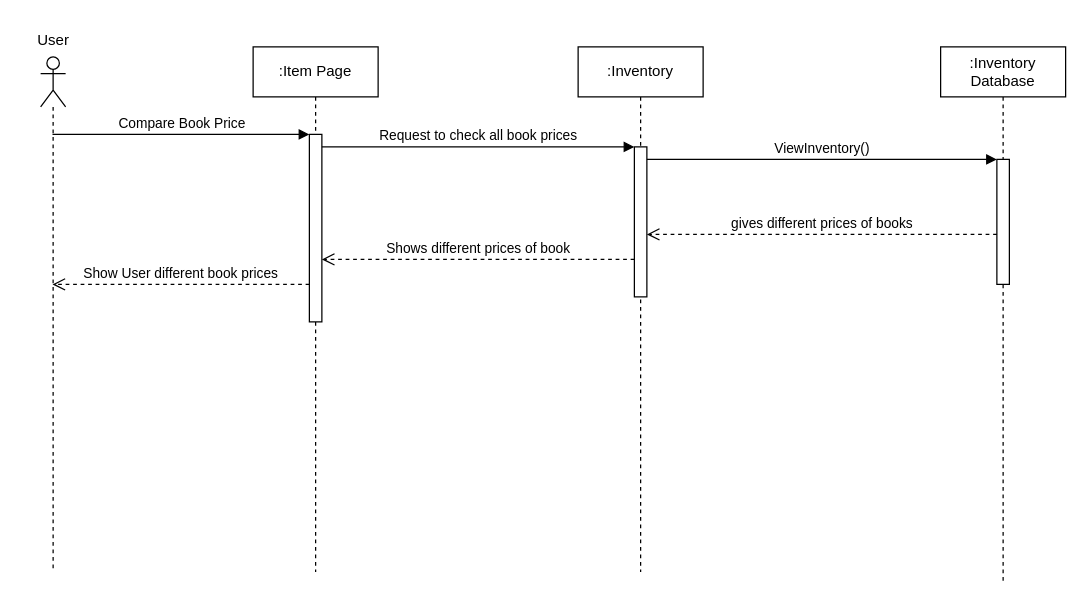
Above: Compare Prices.drawio in adl409/SE-project-Group-5 (draw.io), before the change. Source tidied: cells renumbered, new cells numbered last; positions are measured from the earlier drawing's top-left corner, leaving out a move shared by most shapes. Both pictures are drawn from the tidied source at 125%, with x=0, y=0 at pixel (21, 21).
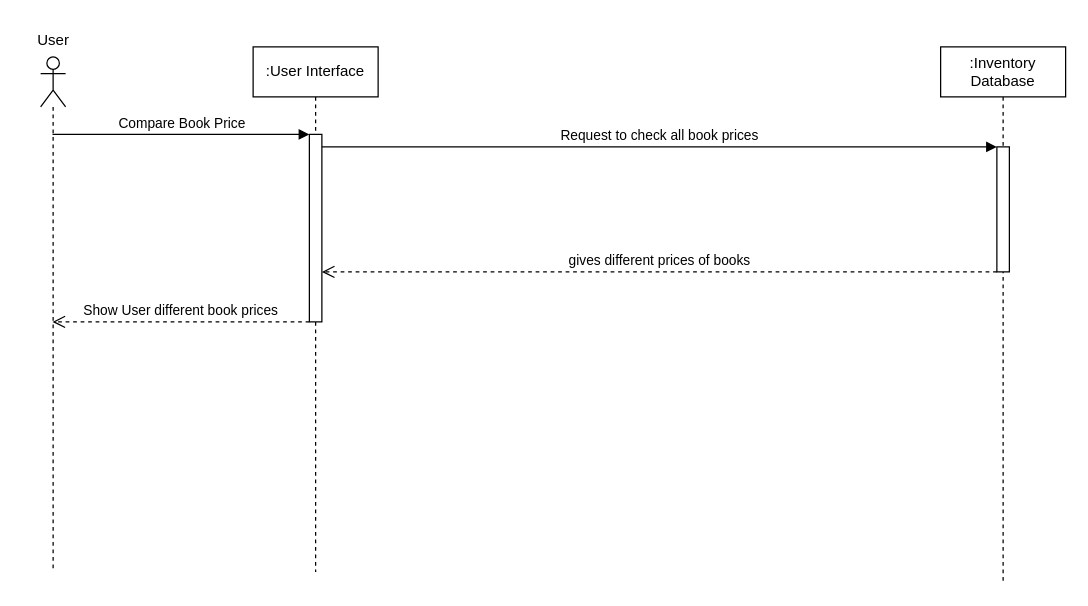
The same diagram, later.

The change refers to these unchanged cells:
```xml
<mxCell id="2" style="shape=umlLifeline;perimeter=lifelinePerimeter;whiteSpace=wrap;html=1;outlineConnect=0;portConstraint=eastwest;newEdgeStyle={&quot;edgeStyle&quot;:&quot;elbowEdgeStyle&quot;,&quot;elbow&quot;:&quot;vertical&quot;,&quot;curved&quot;:0,&quot;rounded&quot;:0};participant=umlActor;" parent="1" vertex="1">
  <mxGeometry x="15" y="28" width="20" height="412" as="geometry" />
</mxCell>
<mxCell id="5" style="html=1;points=[];perimeter=orthogonalPerimeter;outlineConnect=0;targetShapes=umlLifeline;portConstraint=eastwest;newEdgeStyle={&quot;edgeStyle&quot;:&quot;elbowEdgeStyle&quot;,&quot;elbow&quot;:&quot;vertical&quot;,&quot;curved&quot;:0,&quot;rounded&quot;:0};" parent="4" vertex="1">
  <mxGeometry x="45" y="70" width="10" height="150" as="geometry" />
</mxCell>
<mxCell id="8" value=":Inventory Database" style="shape=umlLifeline;perimeter=lifelinePerimeter;whiteSpace=wrap;html=1;newEdgeStyle={&quot;edgeStyle&quot;:&quot;elbowEdgeStyle&quot;,&quot;elbow&quot;:&quot;vertical&quot;,&quot;curved&quot;:0,&quot;rounded&quot;:0};" parent="1" vertex="1">
  <mxGeometry x="735" y="20" width="100" height="430" as="geometry" />
</mxCell>
```

The edit, as a diff of the source:
```diff
@@
-    <mxCell id="4" value=":Item Page" style="shape=umlLifeline;perimeter=lifelinePerimeter;whiteSpace=wrap;html=1;newEdgeStyle={&quot;edgeStyle&quot;:&quot;elbowEdgeStyle&quot;,&quot;elbow&quot;:&quot;vertical&quot;,&quot;curved&quot;:0,&quot;rounded&quot;:0};" parent="1" vertex="1">
+    <mxCell id="4" value=":User Interface" style="shape=umlLifeline;perimeter=lifelinePerimeter;whiteSpace=wrap;html=1;newEdgeStyle={&quot;edgeStyle&quot;:&quot;elbowEdgeStyle&quot;,&quot;elbow&quot;:&quot;vertical&quot;,&quot;curved&quot;:0,&quot;rounded&quot;:0};" parent="1" vertex="1">
       <mxGeometry x="185" y="20" width="100" height="420" as="geometry" />
     </mxCell>
@@
-    <mxCell id="6" value=":Inventory" style="shape=umlLifeline;perimeter=lifelinePerimeter;whiteSpace=wrap;html=1;newEdgeStyle={&quot;edgeStyle&quot;:&quot;elbowEdgeStyle&quot;,&quot;elbow&quot;:&quot;vertical&quot;,&quot;curved&quot;:0,&quot;rounded&quot;:0};" parent="1" vertex="1">
-      <mxGeometry x="445" y="20" width="100" height="420" as="geometry" />
-    </mxCell>
-    <mxCell id="7" style="html=1;points=[];perimeter=orthogonalPerimeter;outlineConnect=0;targetShapes=umlLifeline;portConstraint=eastwest;newEdgeStyle={&quot;edgeStyle&quot;:&quot;elbowEdgeStyle&quot;,&quot;elbow&quot;:&quot;vertical&quot;,&quot;curved&quot;:0,&quot;rounded&quot;:0};" parent="6" vertex="1">
-      <mxGeometry x="45" y="80" width="10" height="120" as="geometry" />
-    </mxCell>
@@
     <mxCell id="9" style="html=1;points=[];perimeter=orthogonalPerimeter;outlineConnect=0;targetShapes=umlLifeline;portConstraint=eastwest;newEdgeStyle={&quot;edgeStyle&quot;:&quot;elbowEdgeStyle&quot;,&quot;elbow&quot;:&quot;vertical&quot;,&quot;curved&quot;:0,&quot;rounded&quot;:0};" parent="8" vertex="1">
-      <mxGeometry x="45" y="90" width="10" height="100" as="geometry" />
+      <mxGeometry x="45" y="80" width="10" height="100" as="geometry" />
     </mxCell>
@@
-    <mxCell id="11" value="Request to check all book prices" style="html=1;verticalAlign=bottom;endArrow=block;edgeStyle=elbowEdgeStyle;elbow=vertical;curved=0;rounded=0;" parent="1" edge="1" source="5" target="7">
+    <mxCell id="11" value="Request to check all book prices" style="html=1;verticalAlign=bottom;endArrow=block;edgeStyle=elbowEdgeStyle;elbow=vertical;curved=0;rounded=0;" parent="1" edge="1" source="5" target="9">
       <mxGeometry relative="1" as="geometry">
         <Array as="points">
           <mxPoint x="435" y="100" />
         </Array>
       </mxGeometry>
     </mxCell>
-    <mxCell id="12" value="ViewInventory()" style="html=1;verticalAlign=bottom;endArrow=block;edgeStyle=elbowEdgeStyle;elbow=vertical;curved=0;rounded=0;" parent="1" edge="1" source="7" target="9">
-      <mxGeometry relative="1" as="geometry">
-        <Array as="points">
-          <mxPoint x="725" y="110" />
-        </Array>
-      </mxGeometry>
-    </mxCell>
-    <mxCell id="13" value="gives different prices of books" style="html=1;verticalAlign=bottom;endArrow=open;dashed=1;endSize=8;edgeStyle=elbowEdgeStyle;elbow=vertical;curved=0;rounded=0;" parent="1" edge="1" source="9" target="7">
+    <mxCell id="13" value="gives different prices of books" style="html=1;verticalAlign=bottom;endArrow=open;dashed=1;endSize=8;edgeStyle=elbowEdgeStyle;elbow=vertical;curved=0;rounded=0;" parent="1" edge="1" source="9" target="5">
       <mxGeometry relative="1" as="geometry">
         <Array as="points">
+          <mxPoint x="625" y="200" />
           <mxPoint x="715" y="170" />
         </Array>
       </mxGeometry>
     </mxCell>
-    <mxCell id="14" value="Shows different prices of book" style="html=1;verticalAlign=bottom;endArrow=open;dashed=1;endSize=8;edgeStyle=elbowEdgeStyle;elbow=vertical;curved=0;rounded=0;" parent="1" edge="1" source="7" target="5">
-      <mxGeometry relative="1" as="geometry">
-        <Array as="points">
-          <mxPoint x="415" y="190" />
-        </Array>
-      </mxGeometry>
-    </mxCell>
     <mxCell id="15" value="Show User different book prices" style="html=1;verticalAlign=bottom;endArrow=open;dashed=1;endSize=8;edgeStyle=elbowEdgeStyle;elbow=vertical;curved=0;rounded=0;" parent="1" edge="1" source="5" target="2">
       <mxGeometry relative="1" as="geometry">
         <Array as="points">
+          <mxPoint x="195" y="240" />
           <mxPoint x="85" y="210" />
         </Array>
       </mxGeometry>
     </mxCell>
```
